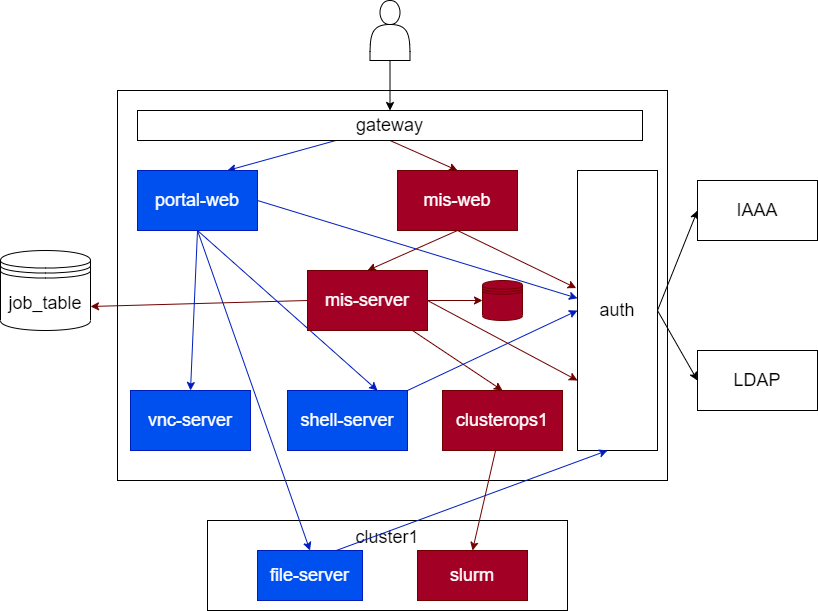
The draw.io diagram docs/diagrams/architecture.png in PKUHPC/OpenSCOW, before a commit. Source tidied: cells renumbered, new cells last; positions are measured from the earlier drawing's top-left corner, leaving out a move shared by most shapes. Its diagram source:
```xml
<mxGraphModel>
  <root>
    <mxCell id="0" />
    <mxCell id="1" parent="0" />
    <mxCell id="2" value="cluster1" style="rounded=0;whiteSpace=wrap;html=1;verticalAlign=top;fontSize=18;fillColor=none;" parent="1" vertex="1">
      <mxGeometry x="207" y="520" width="360" height="90" as="geometry" />
    </mxCell>
    <mxCell id="3" style="rounded=0;whiteSpace=wrap;html=1;fillColor=none;" parent="1" vertex="1">
      <mxGeometry x="117" y="90" width="550" height="390" as="geometry" />
    </mxCell>
    <mxCell id="4" style="edgeStyle=none;html=1;exitX=0.5;exitY=1;exitDx=0;exitDy=0;entryX=0.5;entryY=0;entryDx=0;entryDy=0;fillColor=#a20025;strokeColor=#6F0000;" parent="1" edge="1" source="6" target="27">
      <mxGeometry relative="1" as="geometry" />
    </mxCell>
    <mxCell id="5" style="edgeStyle=none;html=1;entryX=0.75;entryY=0;entryDx=0;entryDy=0;fillColor=#0050ef;strokeColor=#001DBC;" parent="1" edge="1" source="6" target="13">
      <mxGeometry relative="1" as="geometry" />
    </mxCell>
    <mxCell id="6" value="gateway" style="rounded=0;whiteSpace=wrap;html=1;fontSize=18;" parent="1" vertex="1">
      <mxGeometry x="137" y="110" width="505" height="30" as="geometry" />
    </mxCell>
    <mxCell id="7" style="edgeStyle=none;html=1;entryX=0.5;entryY=0;entryDx=0;entryDy=0;" parent="1" edge="1" source="8" target="6">
      <mxGeometry relative="1" as="geometry" />
    </mxCell>
    <mxCell id="8" style="shape=actor;whiteSpace=wrap;html=1;" parent="1" vertex="1">
      <mxGeometry x="369.5" width="40" height="60" as="geometry" />
    </mxCell>
    <mxCell id="9" style="edgeStyle=none;html=1;entryX=1;entryY=0.7;entryDx=0;entryDy=0;fontSize=18;exitX=0;exitY=0.5;exitDx=0;exitDy=0;fillColor=#a20025;strokeColor=#6F0000;" parent="1" edge="1" source="17" target="21">
      <mxGeometry relative="1" as="geometry" />
    </mxCell>
    <mxCell id="10" style="edgeStyle=none;html=1;exitX=1;exitY=0.5;exitDx=0;exitDy=0;fillColor=#0050ef;strokeColor=#001DBC;" parent="1" edge="1" source="13" target="20">
      <mxGeometry relative="1" as="geometry" />
    </mxCell>
    <mxCell id="11" style="edgeStyle=none;html=1;exitX=0.5;exitY=1;exitDx=0;exitDy=0;entryX=0.75;entryY=0;entryDx=0;entryDy=0;fontSize=18;fillColor=#0050ef;strokeColor=#001DBC;" parent="1" edge="1" source="13" target="33">
      <mxGeometry relative="1" as="geometry" />
    </mxCell>
    <mxCell id="12" style="edgeStyle=none;html=1;exitX=0.5;exitY=1;exitDx=0;exitDy=0;entryX=0.5;entryY=0;entryDx=0;entryDy=0;fontSize=18;fillColor=#0050ef;strokeColor=#001DBC;" parent="1" edge="1" source="13" target="36">
      <mxGeometry relative="1" as="geometry" />
    </mxCell>
    <mxCell id="13" value="portal-web" style="whiteSpace=wrap;html=1;fontSize=18;fillColor=#0050ef;fontColor=#ffffff;strokeColor=#001DBC;" parent="1" vertex="1">
      <mxGeometry x="137" y="170" width="120" height="60" as="geometry" />
    </mxCell>
    <mxCell id="14" style="edgeStyle=none;html=1;fontSize=18;fillColor=#a20025;strokeColor=#6F0000;" parent="1" edge="1" source="17" target="28">
      <mxGeometry relative="1" as="geometry" />
    </mxCell>
    <mxCell id="15" style="edgeStyle=none;html=1;entryX=0.5;entryY=0;entryDx=0;entryDy=0;fontSize=18;fillColor=#a20025;strokeColor=#6F0000;" parent="1" edge="1" source="17" target="22">
      <mxGeometry relative="1" as="geometry" />
    </mxCell>
    <mxCell id="16" style="edgeStyle=none;html=1;exitX=1;exitY=0.5;exitDx=0;exitDy=0;entryX=0;entryY=0.75;entryDx=0;entryDy=0;fillColor=#a20025;strokeColor=#6F0000;" parent="1" edge="1" source="17" target="20">
      <mxGeometry relative="1" as="geometry" />
    </mxCell>
    <mxCell id="17" value="&lt;span style=&quot;font-size: 18px&quot;&gt;mis-server&lt;br&gt;&lt;/span&gt;" style="whiteSpace=wrap;html=1;fillColor=#a20025;fontColor=#ffffff;strokeColor=#6F0000;" parent="1" vertex="1">
      <mxGeometry x="307" y="270" width="120" height="60" as="geometry" />
    </mxCell>
    <mxCell id="18" style="edgeStyle=none;html=1;entryX=0;entryY=0.5;entryDx=0;entryDy=0;fontSize=18;exitX=1;exitY=0.5;exitDx=0;exitDy=0;" parent="1" edge="1" source="20" target="24">
      <mxGeometry relative="1" as="geometry" />
    </mxCell>
    <mxCell id="19" style="edgeStyle=none;html=1;exitX=1;exitY=0.5;exitDx=0;exitDy=0;entryX=0;entryY=0.5;entryDx=0;entryDy=0;fontSize=18;" parent="1" edge="1" source="20" target="23">
      <mxGeometry relative="1" as="geometry" />
    </mxCell>
    <mxCell id="20" value="auth" style="whiteSpace=wrap;html=1;fontSize=18;" parent="1" vertex="1">
      <mxGeometry x="577" y="170" width="80" height="280" as="geometry" />
    </mxCell>
    <mxCell id="21" value="job_table" style="shape=datastore;whiteSpace=wrap;html=1;fontSize=18;" parent="1" vertex="1">
      <mxGeometry y="250" width="90" height="80" as="geometry" />
    </mxCell>
    <mxCell id="22" value="clusterops1" style="whiteSpace=wrap;html=1;fontSize=18;fillColor=#a20025;fontColor=#ffffff;strokeColor=#6F0000;" parent="1" vertex="1">
      <mxGeometry x="442" y="390" width="120" height="60" as="geometry" />
    </mxCell>
    <mxCell id="23" value="LDAP" style="whiteSpace=wrap;html=1;fontSize=18;" parent="1" vertex="1">
      <mxGeometry x="697" y="350" width="120" height="60" as="geometry" />
    </mxCell>
    <mxCell id="24" value="&lt;font style=&quot;font-size: 18px&quot;&gt;IAAA&lt;/font&gt;" style="whiteSpace=wrap;html=1;" parent="1" vertex="1">
      <mxGeometry x="697" y="180" width="120" height="60" as="geometry" />
    </mxCell>
    <mxCell id="25" style="edgeStyle=none;html=1;exitX=0.5;exitY=1;exitDx=0;exitDy=0;entryX=-0.016;entryY=0.42;entryDx=0;entryDy=0;entryPerimeter=0;fillColor=#a20025;strokeColor=#6F0000;" parent="1" edge="1" source="27" target="20">
      <mxGeometry relative="1" as="geometry" />
    </mxCell>
    <mxCell id="26" style="edgeStyle=none;html=1;exitX=0.5;exitY=1;exitDx=0;exitDy=0;entryX=0.5;entryY=0;entryDx=0;entryDy=0;fontSize=18;fillColor=#a20025;strokeColor=#6F0000;" parent="1" edge="1" source="27" target="17">
      <mxGeometry relative="1" as="geometry" />
    </mxCell>
    <mxCell id="27" value="mis-web" style="whiteSpace=wrap;html=1;fontSize=18;fillColor=#a20025;fontColor=#ffffff;strokeColor=#6F0000;" parent="1" vertex="1">
      <mxGeometry x="397" y="170" width="120" height="60" as="geometry" />
    </mxCell>
    <mxCell id="28" style="shape=datastore;whiteSpace=wrap;html=1;fontSize=18;fillColor=#a20025;fontColor=#ffffff;strokeColor=#6F0000;" parent="1" vertex="1">
      <mxGeometry x="482" y="280" width="40" height="40" as="geometry" />
    </mxCell>
    <mxCell id="29" style="edgeStyle=none;html=1;exitX=0.75;exitY=0;exitDx=0;exitDy=0;fontSize=18;fillColor=#0050ef;strokeColor=#001DBC;" parent="1" edge="1" source="30">
      <mxGeometry relative="1" as="geometry">
        <mxPoint x="607" y="450" as="targetPoint" />
      </mxGeometry>
    </mxCell>
    <mxCell id="30" value="file-server" style="rounded=0;whiteSpace=wrap;html=1;fontSize=18;fillColor=#0050ef;fontColor=#ffffff;strokeColor=#001DBC;" parent="1" vertex="1">
      <mxGeometry x="257" y="550" width="105" height="50" as="geometry" />
    </mxCell>
    <mxCell id="31" value="slurm" style="rounded=0;whiteSpace=wrap;html=1;fontSize=18;fillColor=#a20025;fontColor=#ffffff;strokeColor=#6F0000;" parent="1" vertex="1">
      <mxGeometry x="417" y="550" width="110" height="50" as="geometry" />
    </mxCell>
    <mxCell id="32" style="edgeStyle=none;html=1;exitX=1;exitY=0;exitDx=0;exitDy=0;entryX=0;entryY=0.5;entryDx=0;entryDy=0;fontSize=18;fillColor=#0050ef;strokeColor=#001DBC;" parent="1" edge="1" source="33" target="20">
      <mxGeometry relative="1" as="geometry" />
    </mxCell>
    <mxCell id="33" value="shell-server" style="rounded=0;whiteSpace=wrap;html=1;fontSize=18;fillColor=#0050ef;fontColor=#ffffff;strokeColor=#001DBC;" parent="1" vertex="1">
      <mxGeometry x="287" y="390" width="120" height="60" as="geometry" />
    </mxCell>
    <mxCell id="34" style="edgeStyle=none;html=1;exitX=0.5;exitY=1;exitDx=0;exitDy=0;entryX=0.5;entryY=0;entryDx=0;entryDy=0;fontSize=18;fillColor=#0050ef;strokeColor=#001DBC;" parent="1" edge="1" source="13" target="30">
      <mxGeometry relative="1" as="geometry" />
    </mxCell>
    <mxCell id="35" style="edgeStyle=none;html=1;fontSize=18;entryX=0.5;entryY=0;entryDx=0;entryDy=0;fillColor=#a20025;strokeColor=#6F0000;" parent="1" edge="1" source="22" target="31">
      <mxGeometry relative="1" as="geometry" />
    </mxCell>
    <mxCell id="36" value="vnc-server" style="rounded=0;whiteSpace=wrap;html=1;fontSize=18;fillColor=#0050ef;fontColor=#ffffff;strokeColor=#001DBC;" parent="1" vertex="1">
      <mxGeometry x="130" y="390" width="120" height="60" as="geometry" />
    </mxCell>
  </root>
</mxGraphModel>
```
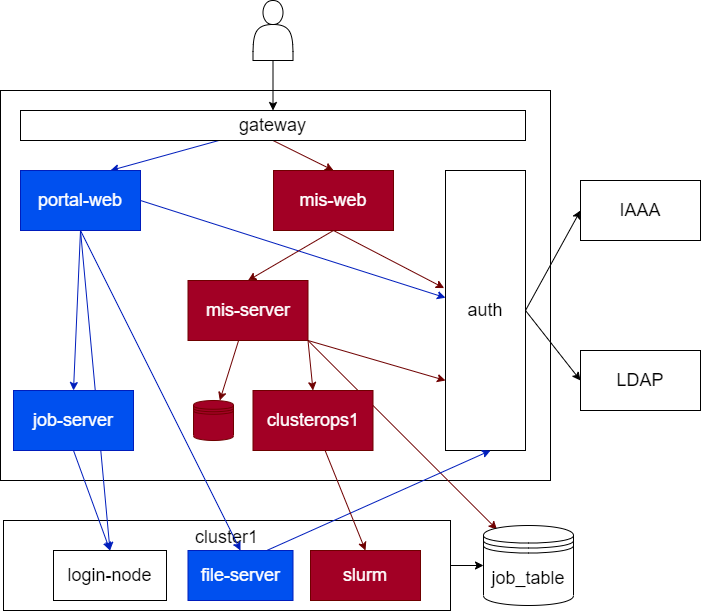
After the commit.

The edit, as a diff of the source:
```diff
@@ -2,8 +2,11 @@
   <root>
     <mxCell id="0" />
     <mxCell id="1" parent="0" />
+    <mxCell id="37" style="edgeStyle=none;html=1;exitX=1;exitY=0.5;exitDx=0;exitDy=0;entryX=0;entryY=0.5;entryDx=0;entryDy=0;fontSize=18;" parent="1" edge="1" source="2" target="21">
+      <mxGeometry relative="1" as="geometry" />
+    </mxCell>
     <mxCell id="2" value="cluster1" style="rounded=0;whiteSpace=wrap;html=1;verticalAlign=top;fontSize=18;fillColor=none;" parent="1" vertex="1">
-      <mxGeometry x="207" y="520" width="360" height="90" as="geometry" />
+      <mxGeometry x="120" y="520" width="447" height="90" as="geometry" />
     </mxCell>
     <mxCell id="3" style="rounded=0;whiteSpace=wrap;html=1;fillColor=none;" parent="1" vertex="1">
       <mxGeometry x="117" y="90" width="550" height="390" as="geometry" />
@@ -23,32 +26,32 @@
     <mxCell id="8" style="shape=actor;whiteSpace=wrap;html=1;" parent="1" vertex="1">
       <mxGeometry x="369.5" width="40" height="60" as="geometry" />
     </mxCell>
-    <mxCell id="9" style="edgeStyle=none;html=1;entryX=1;entryY=0.7;entryDx=0;entryDy=0;fontSize=18;exitX=0;exitY=0.5;exitDx=0;exitDy=0;fillColor=#a20025;strokeColor=#6F0000;" parent="1" edge="1" source="17" target="21">
+    <mxCell id="9" style="edgeStyle=none;html=1;entryX=0.15;entryY=0.05;entryDx=0;entryDy=0;fontSize=18;exitX=1;exitY=1;exitDx=0;exitDy=0;fillColor=#a20025;strokeColor=#6F0000;entryPerimeter=0;" parent="1" edge="1" source="17" target="21">
       <mxGeometry relative="1" as="geometry" />
     </mxCell>
     <mxCell id="10" style="edgeStyle=none;html=1;exitX=1;exitY=0.5;exitDx=0;exitDy=0;fillColor=#0050ef;strokeColor=#001DBC;" parent="1" edge="1" source="13" target="20">
       <mxGeometry relative="1" as="geometry" />
     </mxCell>
-    <mxCell id="11" style="edgeStyle=none;html=1;exitX=0.5;exitY=1;exitDx=0;exitDy=0;entryX=0.75;entryY=0;entryDx=0;entryDy=0;fontSize=18;fillColor=#0050ef;strokeColor=#001DBC;" parent="1" edge="1" source="13" target="33">
-      <mxGeometry relative="1" as="geometry" />
-    </mxCell>
     <mxCell id="12" style="edgeStyle=none;html=1;exitX=0.5;exitY=1;exitDx=0;exitDy=0;entryX=0.5;entryY=0;entryDx=0;entryDy=0;fontSize=18;fillColor=#0050ef;strokeColor=#001DBC;" parent="1" edge="1" source="13" target="36">
       <mxGeometry relative="1" as="geometry" />
     </mxCell>
+    <mxCell id="38" style="edgeStyle=none;html=1;exitX=0.5;exitY=1;exitDx=0;exitDy=0;entryX=0.5;entryY=0;entryDx=0;entryDy=0;fontSize=18;fillColor=#0050ef;strokeColor=#001DBC;" parent="1" edge="1" source="13" target="40">
+      <mxGeometry relative="1" as="geometry" />
+    </mxCell>
     <mxCell id="13" value="portal-web" style="whiteSpace=wrap;html=1;fontSize=18;fillColor=#0050ef;fontColor=#ffffff;strokeColor=#001DBC;" parent="1" vertex="1">
       <mxGeometry x="137" y="170" width="120" height="60" as="geometry" />
     </mxCell>
     <mxCell id="14" style="edgeStyle=none;html=1;fontSize=18;fillColor=#a20025;strokeColor=#6F0000;" parent="1" edge="1" source="17" target="28">
       <mxGeometry relative="1" as="geometry" />
     </mxCell>
-    <mxCell id="15" style="edgeStyle=none;html=1;entryX=0.5;entryY=0;entryDx=0;entryDy=0;fontSize=18;fillColor=#a20025;strokeColor=#6F0000;" parent="1" edge="1" source="17" target="22">
+    <mxCell id="15" style="edgeStyle=none;html=1;entryX=0.5;entryY=0;entryDx=0;entryDy=0;fontSize=18;fillColor=#a20025;strokeColor=#6F0000;exitX=1;exitY=1;exitDx=0;exitDy=0;" parent="1" edge="1" source="17" target="22">
       <mxGeometry relative="1" as="geometry" />
     </mxCell>
-    <mxCell id="16" style="edgeStyle=none;html=1;exitX=1;exitY=0.5;exitDx=0;exitDy=0;entryX=0;entryY=0.75;entryDx=0;entryDy=0;fillColor=#a20025;strokeColor=#6F0000;" parent="1" edge="1" source="17" target="20">
+    <mxCell id="16" style="edgeStyle=none;html=1;exitX=1;exitY=1;exitDx=0;exitDy=0;entryX=0;entryY=0.75;entryDx=0;entryDy=0;fillColor=#a20025;strokeColor=#6F0000;" parent="1" edge="1" source="17" target="20">
       <mxGeometry relative="1" as="geometry" />
     </mxCell>
     <mxCell id="17" value="&lt;span style=&quot;font-size: 18px&quot;&gt;mis-server&lt;br&gt;&lt;/span&gt;" style="whiteSpace=wrap;html=1;fillColor=#a20025;fontColor=#ffffff;strokeColor=#6F0000;" parent="1" vertex="1">
-      <mxGeometry x="307" y="270" width="120" height="60" as="geometry" />
+      <mxGeometry x="304.5" y="280" width="120" height="60" as="geometry" />
     </mxCell>
     <mxCell id="18" style="edgeStyle=none;html=1;entryX=0;entryY=0.5;entryDx=0;entryDy=0;fontSize=18;exitX=1;exitY=0.5;exitDx=0;exitDy=0;" parent="1" edge="1" source="20" target="24">
       <mxGeometry relative="1" as="geometry" />
@@ -57,13 +60,13 @@
       <mxGeometry relative="1" as="geometry" />
     </mxCell>
     <mxCell id="20" value="auth" style="whiteSpace=wrap;html=1;fontSize=18;" parent="1" vertex="1">
-      <mxGeometry x="577" y="170" width="80" height="280" as="geometry" />
+      <mxGeometry x="562" y="170" width="80" height="280" as="geometry" />
     </mxCell>
     <mxCell id="21" value="job_table" style="shape=datastore;whiteSpace=wrap;html=1;fontSize=18;" parent="1" vertex="1">
-      <mxGeometry y="250" width="90" height="80" as="geometry" />
+      <mxGeometry x="600" y="525" width="90" height="80" as="geometry" />
     </mxCell>
     <mxCell id="22" value="clusterops1" style="whiteSpace=wrap;html=1;fontSize=18;fillColor=#a20025;fontColor=#ffffff;strokeColor=#6F0000;" parent="1" vertex="1">
-      <mxGeometry x="442" y="390" width="120" height="60" as="geometry" />
+      <mxGeometry x="369.5" y="390" width="120" height="60" as="geometry" />
     </mxCell>
     <mxCell id="23" value="LDAP" style="whiteSpace=wrap;html=1;fontSize=18;" parent="1" vertex="1">
       <mxGeometry x="697" y="350" width="120" height="60" as="geometry" />
@@ -78,10 +81,10 @@
       <mxGeometry relative="1" as="geometry" />
     </mxCell>
     <mxCell id="27" value="mis-web" style="whiteSpace=wrap;html=1;fontSize=18;fillColor=#a20025;fontColor=#ffffff;strokeColor=#6F0000;" parent="1" vertex="1">
-      <mxGeometry x="397" y="170" width="120" height="60" as="geometry" />
+      <mxGeometry x="390" y="170" width="120" height="60" as="geometry" />
     </mxCell>
     <mxCell id="28" style="shape=datastore;whiteSpace=wrap;html=1;fontSize=18;fillColor=#a20025;fontColor=#ffffff;strokeColor=#6F0000;" parent="1" vertex="1">
-      <mxGeometry x="482" y="280" width="40" height="40" as="geometry" />
+      <mxGeometry x="310" y="400" width="40" height="40" as="geometry" />
     </mxCell>
     <mxCell id="29" style="edgeStyle=none;html=1;exitX=0.75;exitY=0;exitDx=0;exitDy=0;fontSize=18;fillColor=#0050ef;strokeColor=#001DBC;" parent="1" edge="1" source="30">
       <mxGeometry relative="1" as="geometry">
@@ -89,25 +92,25 @@
       </mxGeometry>
     </mxCell>
     <mxCell id="30" value="file-server" style="rounded=0;whiteSpace=wrap;html=1;fontSize=18;fillColor=#0050ef;fontColor=#ffffff;strokeColor=#001DBC;" parent="1" vertex="1">
-      <mxGeometry x="257" y="550" width="105" height="50" as="geometry" />
+      <mxGeometry x="304.5" y="550" width="105" height="50" as="geometry" />
     </mxCell>
     <mxCell id="31" value="slurm" style="rounded=0;whiteSpace=wrap;html=1;fontSize=18;fillColor=#a20025;fontColor=#ffffff;strokeColor=#6F0000;" parent="1" vertex="1">
-      <mxGeometry x="417" y="550" width="110" height="50" as="geometry" />
+      <mxGeometry x="427" y="550" width="110" height="50" as="geometry" />
     </mxCell>
-    <mxCell id="32" style="edgeStyle=none;html=1;exitX=1;exitY=0;exitDx=0;exitDy=0;entryX=0;entryY=0.5;entryDx=0;entryDy=0;fontSize=18;fillColor=#0050ef;strokeColor=#001DBC;" parent="1" edge="1" source="33" target="20">
-      <mxGeometry relative="1" as="geometry" />
-    </mxCell>
-    <mxCell id="33" value="shell-server" style="rounded=0;whiteSpace=wrap;html=1;fontSize=18;fillColor=#0050ef;fontColor=#ffffff;strokeColor=#001DBC;" parent="1" vertex="1">
-      <mxGeometry x="287" y="390" width="120" height="60" as="geometry" />
-    </mxCell>
     <mxCell id="34" style="edgeStyle=none;html=1;exitX=0.5;exitY=1;exitDx=0;exitDy=0;entryX=0.5;entryY=0;entryDx=0;entryDy=0;fontSize=18;fillColor=#0050ef;strokeColor=#001DBC;" parent="1" edge="1" source="13" target="30">
       <mxGeometry relative="1" as="geometry" />
     </mxCell>
     <mxCell id="35" style="edgeStyle=none;html=1;fontSize=18;entryX=0.5;entryY=0;entryDx=0;entryDy=0;fillColor=#a20025;strokeColor=#6F0000;" parent="1" edge="1" source="22" target="31">
       <mxGeometry relative="1" as="geometry" />
     </mxCell>
+    <mxCell id="39" style="edgeStyle=none;html=1;exitX=0.5;exitY=1;exitDx=0;exitDy=0;entryX=0.5;entryY=0;entryDx=0;entryDy=0;fillColor=#0050ef;strokeColor=#001DBC;" parent="1" edge="1" source="36" target="40">
+      <mxGeometry relative="1" as="geometry" />
+    </mxCell>
-    <mxCell id="36" value="vnc-server" style="rounded=0;whiteSpace=wrap;html=1;fontSize=18;fillColor=#0050ef;fontColor=#ffffff;strokeColor=#001DBC;" parent="1" vertex="1">
+    <mxCell id="36" value="job-server" style="rounded=0;whiteSpace=wrap;html=1;fontSize=18;fillColor=#0050ef;fontColor=#ffffff;strokeColor=#001DBC;" parent="1" vertex="1">
       <mxGeometry x="130" y="390" width="120" height="60" as="geometry" />
     </mxCell>
+    <mxCell id="40" value="login-node" style="rounded=0;whiteSpace=wrap;html=1;fontSize=18;" parent="1" vertex="1">
+      <mxGeometry x="170" y="550" width="113" height="50" as="geometry" />
+    </mxCell>
   </root>
 </mxGraphModel>
```
